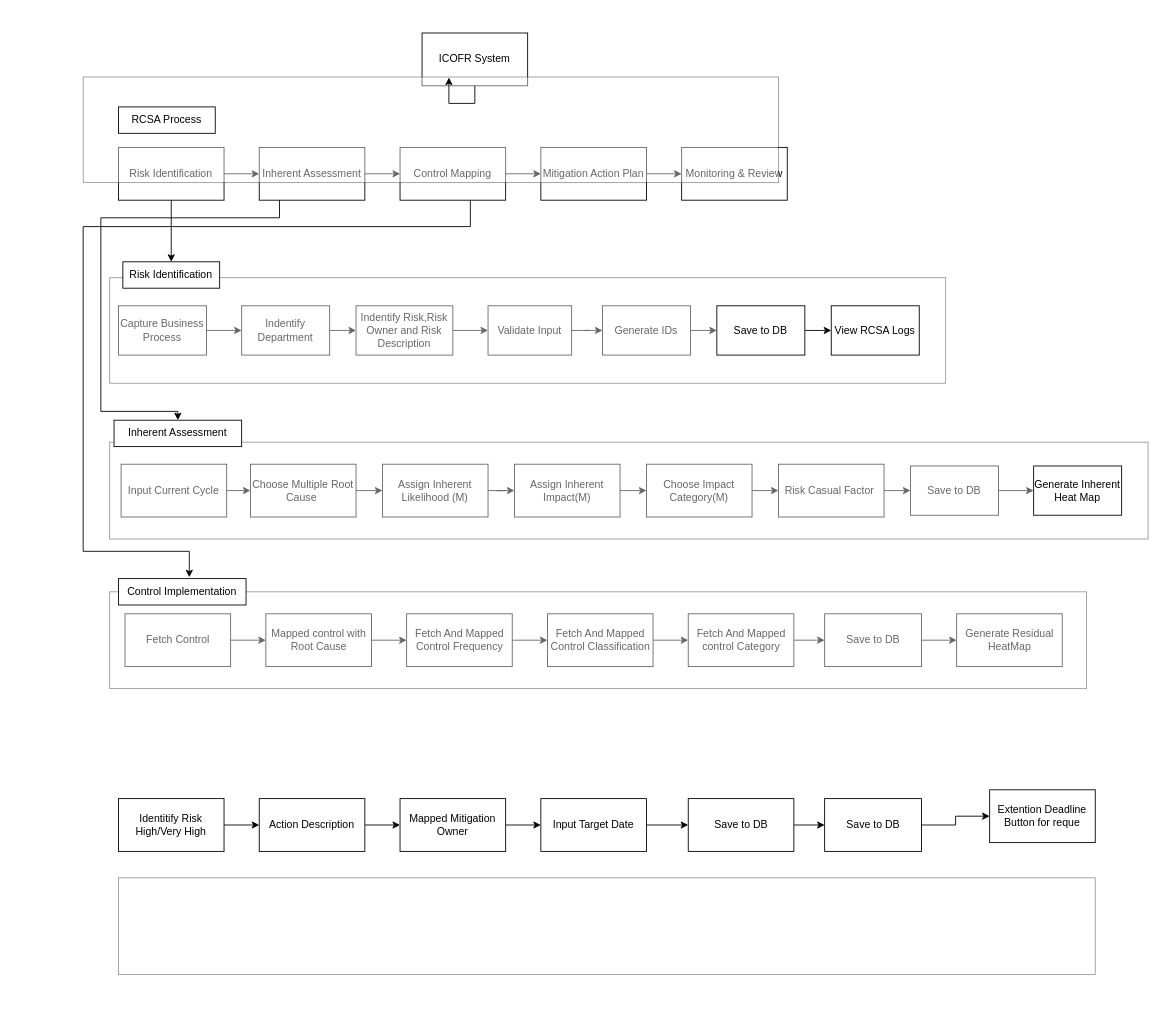
AvikM1996/draw.io keeps this draw.io diagram as page "Page-10" (8 of 9) of ICOFR.drawio. Above is the earlier version. Source tidied: cells renumbered, new cells numbered last; positions are measured from the earlier drawing's top-left corner, leaving out a move shared by most shapes. Both pictures are drawn from the tidied source at 88%, with x=0, y=0 at pixel (83, 33).
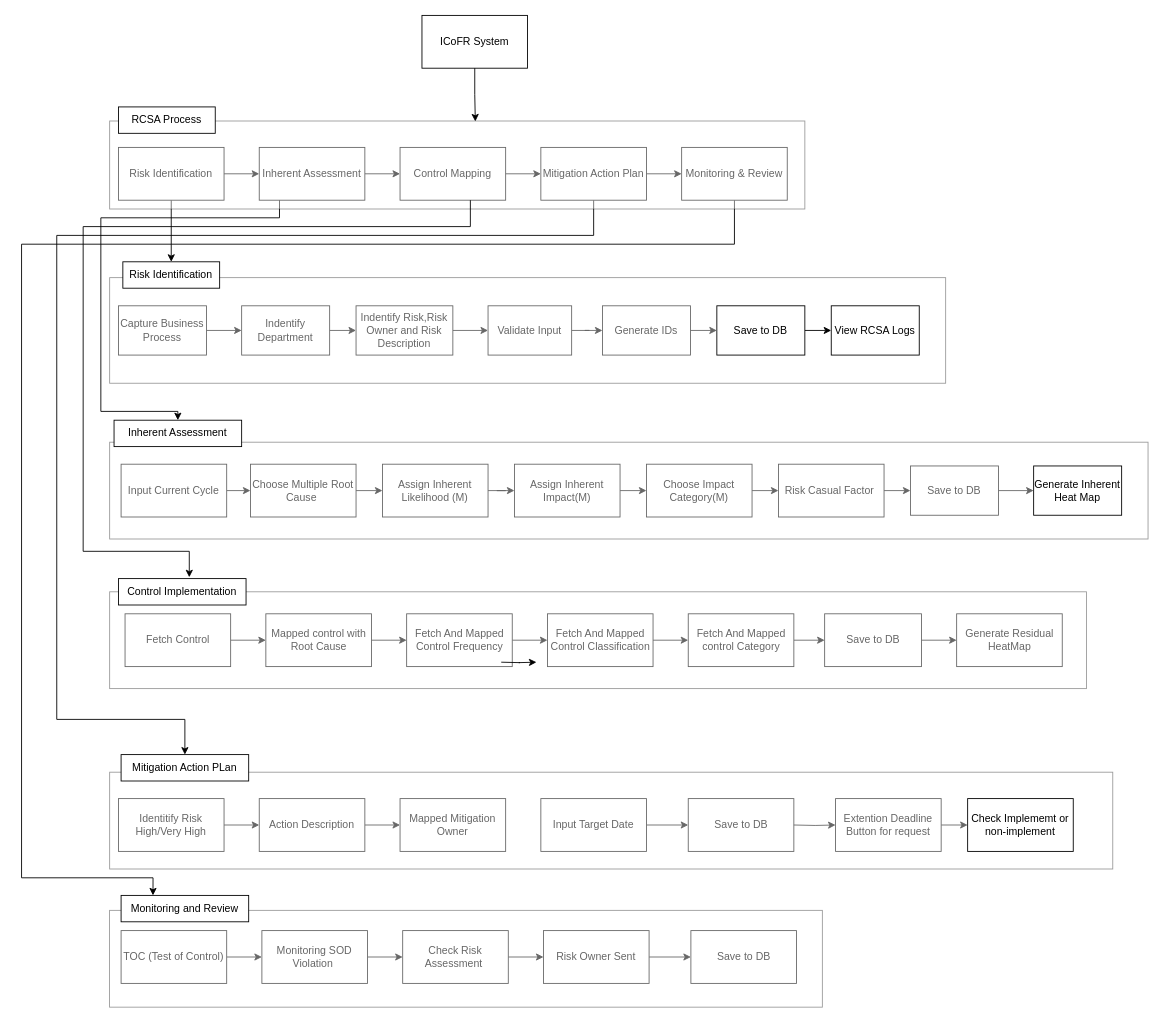
The same page after the edit.

Unchanged cells that the change refers to:
```xml
<mxCell id="12" value="Mitigation Action Plan" style="rounded=0;whiteSpace=wrap;html=1;" parent="1" vertex="1">
  <mxGeometry x="520.1" y="130" width="120" height="60" as="geometry" />
</mxCell>
<mxCell id="13" value="&lt;span&gt;Monitoring &amp;amp; Review&lt;/span&gt;" style="rounded=0;whiteSpace=wrap;html=1;" parent="1" vertex="1">
  <mxGeometry x="680.1" y="130" width="120" height="60" as="geometry" />
</mxCell>
<mxCell id="70" value="Mapped Mitigation Owner" style="rounded=0;whiteSpace=wrap;html=1;" parent="1" vertex="1">
  <mxGeometry x="360.1" y="870" width="120" height="60" as="geometry" />
</mxCell>
<mxCell id="72" value="Input Target Date" style="rounded=0;whiteSpace=wrap;html=1;" parent="1" vertex="1">
  <mxGeometry x="520.1" y="870" width="120" height="60" as="geometry" />
</mxCell>
<mxCell id="74" value="Save to DB" style="rounded=0;whiteSpace=wrap;html=1;" parent="1" vertex="1">
  <mxGeometry x="687.6" y="870" width="120" height="60" as="geometry" />
</mxCell>
```

Diff of the diagram source:
```diff
@@
-    <mxCell id="2" value="ICOFR System" style="rounded=0;whiteSpace=wrap;html=1;" parent="1" vertex="1">
-      <mxGeometry x="385.1" width="120" height="60" as="geometry" />
+    <mxCell id="2" value="ICoFR System " style="rounded=0;whiteSpace=wrap;html=1;" parent="1" vertex="1">
+      <mxGeometry x="385" y="-20" width="120" height="60" as="geometry" />
     </mxCell>
@@
+    <mxCell id="79" style="edgeStyle=orthogonalEdgeStyle;rounded=0;jettySize=auto;html=1;exitX=0.5;exitY=1;exitDx=0;exitDy=0;entryX=0.5;entryY=0;entryDx=0;entryDy=0;" parent="1" edge="1" source="12" target="83">
+      <mxGeometry relative="1" as="geometry">
+        <Array as="points">
+          <mxPoint x="580" y="230" />
+          <mxPoint x="-30" y="230" />
+          <mxPoint x="-30" y="780" />
+          <mxPoint x="116" y="780" />
+        </Array>
+      </mxGeometry>
+    </mxCell>
@@
+    <mxCell id="80" style="edgeStyle=orthogonalEdgeStyle;rounded=0;jettySize=auto;html=1;exitX=0.5;exitY=1;exitDx=0;exitDy=0;entryX=0.25;entryY=0;entryDx=0;entryDy=0;" parent="1" edge="1" source="13" target="93">
+      <mxGeometry relative="1" as="geometry">
+        <Array as="points">
+          <mxPoint x="740" y="240" />
+          <mxPoint x="-70" y="240" />
+          <mxPoint x="-70" y="960" />
+          <mxPoint x="79" y="960" />
+        </Array>
+      </mxGeometry>
+    </mxCell>
@@
     <mxCell id="14" style="rounded=0;whiteSpace=wrap;html=1;strokeWidth=1;gradientColor=none;opacity=40;" parent="1" vertex="1">
-      <mxGeometry x="0.1" y="50" width="790" height="120" as="geometry" />
+      <mxGeometry x="30.1" y="100" width="790" height="100" as="geometry" />
     </mxCell>
@@
-    <mxCell id="69" style="edgeStyle=orthogonalEdgeStyle;rounded=0;jettySize=auto;html=1;exitX=1;exitY=0.5;exitDx=0;exitDy=0;entryX=0;entryY=0.5;entryDx=0;entryDy=0;" parent="1" edge="1" source="70" target="72">
-      <mxGeometry relative="1" as="geometry" />
+    <mxCell id="69" style="edgeStyle=orthogonalEdgeStyle;rounded=0;orthogonalLoop=1;jettySize=auto;html=1;exitX=1;exitY=0.5;exitDx=0;exitDy=0;entryX=0;entryY=0.5;entryDx=0;entryDy=0;" parent="1" edge="1">
+      <mxGeometry relative="1" as="geometry">
+        <mxPoint x="475.1" y="715" as="sourcePoint" />
+        <mxPoint x="515.1" y="715" as="targetPoint" />
+      </mxGeometry>
     </mxCell>
@@
-    <mxCell id="73" style="edgeStyle=orthogonalEdgeStyle;rounded=0;jettySize=auto;html=1;exitX=1;exitY=0.5;exitDx=0;exitDy=0;entryX=0;entryY=0.5;entryDx=0;entryDy=0;" parent="1" edge="1" source="74" target="76">
-      <mxGeometry relative="1" as="geometry" />
-    </mxCell>
@@
-    <mxCell id="75" style="edgeStyle=orthogonalEdgeStyle;rounded=0;jettySize=auto;html=1;exitX=1;exitY=0.5;exitDx=0;exitDy=0;entryX=0;entryY=0.5;entryDx=0;entryDy=0;" parent="1" edge="1" source="76" target="77">
-      <mxGeometry relative="1" as="geometry" />
+    <mxCell id="75" style="edgeStyle=orthogonalEdgeStyle;rounded=0;jettySize=auto;html=1;exitX=1;exitY=0.5;exitDx=0;exitDy=0;entryX=0;entryY=0.5;entryDx=0;entryDy=0;" parent="1" edge="1" target="77">
+      <mxGeometry relative="1" as="geometry">
+        <mxPoint x="807.6" y="900" as="sourcePoint" />
+      </mxGeometry>
     </mxCell>
-    <mxCell id="76" value="Save to DB" style="rounded=0;whiteSpace=wrap;html=1;" parent="1" vertex="1">
-      <mxGeometry x="842.6" y="870" width="110" height="60" as="geometry" />
-    </mxCell>
+    <mxCell id="81" style="edgeStyle=orthogonalEdgeStyle;rounded=0;jettySize=auto;html=1;exitX=1;exitY=0.5;exitDx=0;exitDy=0;entryX=0;entryY=0.5;entryDx=0;entryDy=0;" parent="1" edge="1" source="77" target="82">
+      <mxGeometry relative="1" as="geometry" />
+    </mxCell>
-    <mxCell id="77" value="Extention Deadline Button for reque" style="rounded=0;whiteSpace=wrap;html=1;" parent="1" vertex="1">
-      <mxGeometry x="1030.1" y="860" width="120" height="60" as="geometry" />
+    <mxCell id="77" value="Extention Deadline Button for request" style="rounded=0;whiteSpace=wrap;html=1;" parent="1" vertex="1">
+      <mxGeometry x="855" y="870" width="120" height="60" as="geometry" />
     </mxCell>
     <mxCell id="78" style="rounded=0;whiteSpace=wrap;html=1;strokeWidth=1;gradientColor=none;opacity=40;" parent="1" vertex="1">
-      <mxGeometry x="40.1" y="960" width="1110" height="110" as="geometry" />
+      <mxGeometry x="30.1" y="840" width="1139.9" height="110" as="geometry" />
     </mxCell>
+    <mxCell id="82" value="Check Implememt or non-implement" style="rounded=0;whiteSpace=wrap;html=1;" parent="1" vertex="1">
+      <mxGeometry x="1005.1" y="870" width="120" height="60" as="geometry" />
+    </mxCell>
+    <mxCell id="83" value="Mitigation Action PLan" style="rounded=0;whiteSpace=wrap;html=1;strokeWidth=1;gradientColor=none;" parent="1" vertex="1">
+      <mxGeometry x="43.1" y="820" width="145" height="30" as="geometry" />
+    </mxCell>
+    <mxCell id="84" style="edgeStyle=orthogonalEdgeStyle;rounded=0;jettySize=auto;html=1;exitX=1;exitY=0.5;exitDx=0;exitDy=0;entryX=0;entryY=0.5;entryDx=0;entryDy=0;" parent="1" edge="1" source="85" target="87">
+      <mxGeometry relative="1" as="geometry" />
+    </mxCell>
+    <mxCell id="85" value="TOC (Test of Control)" style="rounded=0;whiteSpace=wrap;html=1;" parent="1" vertex="1">
+      <mxGeometry x="43.1" y="1020" width="120" height="60" as="geometry" />
+    </mxCell>
+    <mxCell id="86" style="edgeStyle=orthogonalEdgeStyle;rounded=0;jettySize=auto;html=1;exitX=1;exitY=0.5;exitDx=0;exitDy=0;" parent="1" edge="1" source="87" target="89">
+      <mxGeometry relative="1" as="geometry" />
+    </mxCell>
+    <mxCell id="87" value="Monitoring SOD Violation&amp;nbsp;" style="rounded=0;whiteSpace=wrap;html=1;" parent="1" vertex="1">
+      <mxGeometry x="203.1" y="1020" width="120" height="60" as="geometry" />
+    </mxCell>
+    <mxCell id="88" style="edgeStyle=orthogonalEdgeStyle;rounded=0;jettySize=auto;html=1;exitX=1;exitY=0.5;exitDx=0;exitDy=0;entryX=0;entryY=0.5;entryDx=0;entryDy=0;" parent="1" edge="1" source="89" target="91">
+      <mxGeometry relative="1" as="geometry" />
+    </mxCell>
+    <mxCell id="89" value="Check Risk Assessment&amp;nbsp;" style="rounded=0;whiteSpace=wrap;html=1;" parent="1" vertex="1">
+      <mxGeometry x="363.1" y="1020" width="120" height="60" as="geometry" />
+    </mxCell>
+    <mxCell id="90" style="edgeStyle=orthogonalEdgeStyle;rounded=0;jettySize=auto;html=1;exitX=1;exitY=0.5;exitDx=0;exitDy=0;entryX=0;entryY=0.5;entryDx=0;entryDy=0;" parent="1" edge="1" source="91" target="76">
+      <mxGeometry relative="1" as="geometry" />
+    </mxCell>
+    <mxCell id="91" value="Risk Owner Sent" style="rounded=0;whiteSpace=wrap;html=1;" parent="1" vertex="1">
+      <mxGeometry x="523.1" y="1020" width="120" height="60" as="geometry" />
+    </mxCell>
+    <mxCell id="76" value="Save to DB" style="rounded=0;whiteSpace=wrap;html=1;" parent="1" vertex="1">
+      <mxGeometry x="690.6" y="1020" width="120" height="60" as="geometry" />
+    </mxCell>
+    <mxCell id="92" style="rounded=0;whiteSpace=wrap;html=1;strokeWidth=1;gradientColor=none;opacity=40;" parent="1" vertex="1">
+      <mxGeometry x="30" y="997" width="810" height="110" as="geometry" />
+    </mxCell>
+    <mxCell id="93" value="Monitoring and Review" style="rounded=0;whiteSpace=wrap;html=1;strokeWidth=1;gradientColor=none;" parent="1" vertex="1">
+      <mxGeometry x="43.1" y="980" width="145" height="30" as="geometry" />
+    </mxCell>
```
